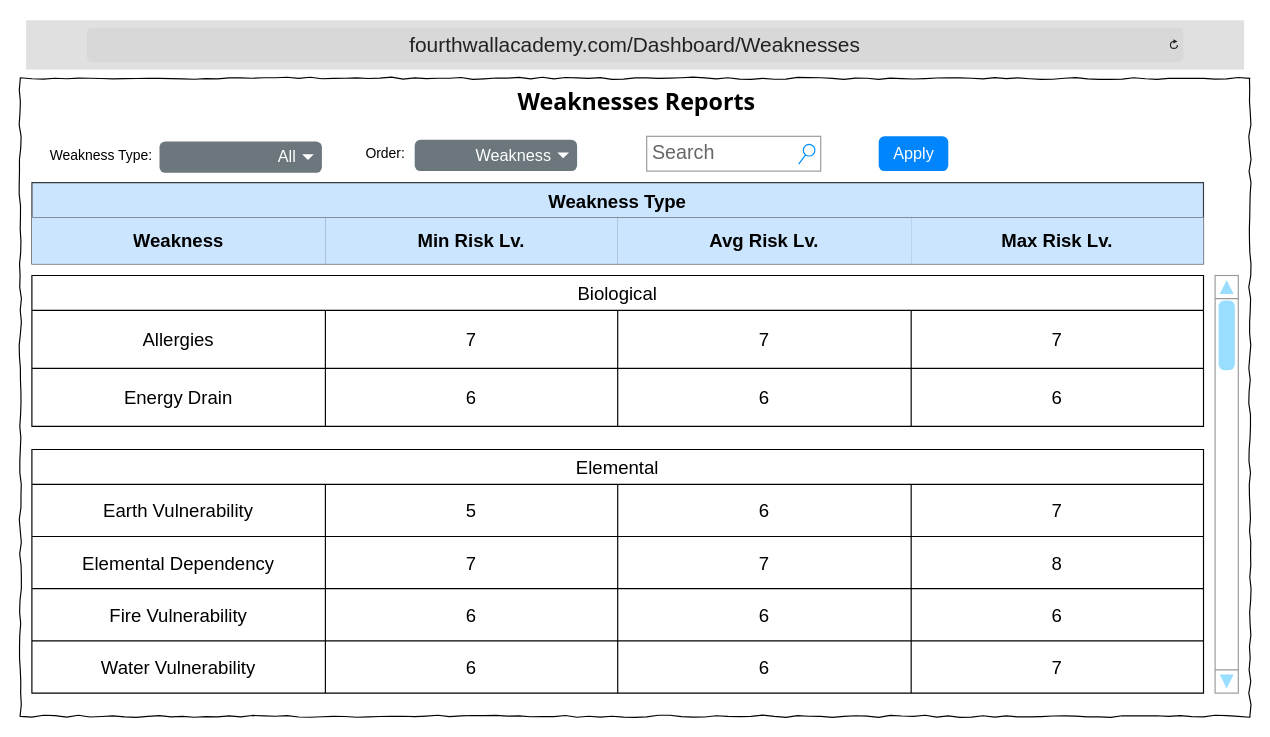
The draw.io diagram DesignDocument/Wireframes/4thWallAcademy_Dashboard_Weaknesses.drawio in TRed91/4thWallAcademy, before the edit. Source tidied: cells renumbered, new cells numbered last; positions are measured from the earlier drawing's top-left corner, leaving out a move shared by most shapes. Both pictures are drawn from the tidied source at 116%, with x=0, y=0 at pixel (20, 20).
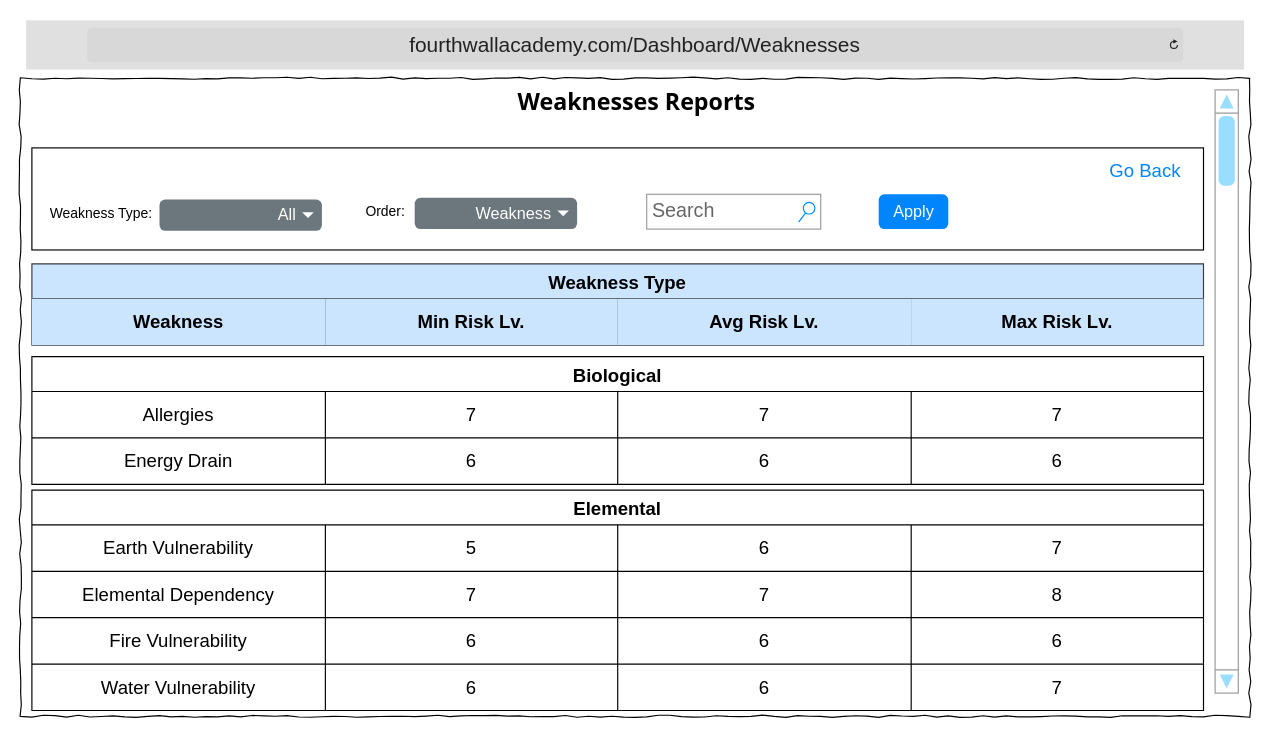
After the change.

Diff of the diagram source:
```diff
@@
+    <mxCell id="52" style="rounded=0;whiteSpace=wrap;html=1;fillColor=none;" parent="1" vertex="1">
+      <mxGeometry x="10" y="110" width="1010" height="88" as="geometry" />
+    </mxCell>
@@
     <mxCell id="5" value="Apply" style="html=1;shadow=0;dashed=0;shape=mxgraph.bootstrap.rrect;rSize=5;fillColor=#0085FC;strokeColor=none;align=center;spacing=15;fontSize=14;fontColor=#ffffff;sketch=0;" parent="1" vertex="1">
-      <mxGeometry x="740" y="100" width="60" height="30" as="geometry" />
+      <mxGeometry x="740" y="150" width="60" height="30" as="geometry" />
     </mxCell>
     <mxCell id="6" value="Weakness Type:" style="text;html=1;align=center;verticalAlign=middle;whiteSpace=wrap;rounded=0;" parent="1" vertex="1">
-      <mxGeometry x="20" y="101.5" width="100" height="30" as="geometry" />
+      <mxGeometry x="20" y="151.5" width="100" height="30" as="geometry" />
     </mxCell>
     <mxCell id="7" value="All" style="html=1;shadow=0;dashed=0;shape=mxgraph.bootstrap.rrect;rSize=5;strokeColor=none;strokeWidth=1;fillColor=#6C767D;fontColor=#ffffff;whiteSpace=wrap;align=right;verticalAlign=middle;fontStyle=0;fontSize=14;spacingRight=20;" parent="1" vertex="1">
-      <mxGeometry x="120" y="104.5" width="140" height="27" as="geometry" />
+      <mxGeometry x="120" y="154.5" width="140" height="27" as="geometry" />
     </mxCell>
@@
     <mxCell id="9" style="verticalLabelPosition=bottom;shadow=0;dashed=0;align=center;html=1;verticalAlign=top;strokeWidth=1;shape=mxgraph.mockup.navigation.scrollBar;strokeColor=#999999;barPos=99.394;fillColor2=#99ddff;strokeColor2=none;direction=north;" parent="1" vertex="1">
-      <mxGeometry x="1030" y="220" width="20" height="360" as="geometry" />
+      <mxGeometry x="1030" y="60" width="20" height="520" as="geometry" />
     </mxCell>
-    <mxCell id="10" value="Biological" style="shape=table;startSize=30;childLayout=tableLayout;strokeColor=default;fontSize=16;" parent="1" vertex="1">
-      <mxGeometry x="10" y="220" width="1010" height="130" as="geometry" />
+    <mxCell id="10" value="Biological" style="shape=table;startSize=30;childLayout=tableLayout;strokeColor=default;fontSize=16;fontStyle=1;" parent="1" vertex="1">
+      <mxGeometry x="10" y="290" width="1010" height="110" as="geometry" />
     </mxCell>
     <mxCell id="11" style="shape=tableRow;horizontal=0;startSize=0;swimlaneHead=0;swimlaneBody=0;strokeColor=inherit;top=0;left=0;bottom=0;right=0;fillColor=none;fontSize=16;" parent="10" vertex="1">
-      <mxGeometry y="30" width="1010" height="50" as="geometry" />
+      <mxGeometry y="30" width="1010" height="40" as="geometry" />
     </mxCell>
     <mxCell id="12" value="Allergies" style="shape=partialRectangle;html=1;whiteSpace=wrap;strokeColor=inherit;overflow=hidden;fillColor=none;top=0;left=0;bottom=0;right=0;fontSize=16;" parent="11" vertex="1">
-      <mxGeometry width="253" height="50" as="geometry" />
+      <mxGeometry width="253" height="40" as="geometry" />
     </mxCell>
     <mxCell id="13" value="7" style="shape=partialRectangle;html=1;whiteSpace=wrap;strokeColor=inherit;overflow=hidden;fillColor=none;top=0;left=0;bottom=0;right=0;fontSize=16;" parent="11" vertex="1">
-      <mxGeometry x="253" width="252" height="50" as="geometry" />
+      <mxGeometry x="253" width="252" height="40" as="geometry" />
     </mxCell>
     <mxCell id="14" value="7" style="shape=partialRectangle;html=1;whiteSpace=wrap;strokeColor=inherit;overflow=hidden;fillColor=none;top=0;left=0;bottom=0;right=0;fontSize=16;" parent="11" vertex="1">
-      <mxGeometry x="505" width="253" height="50" as="geometry" />
+      <mxGeometry x="505" width="253" height="40" as="geometry" />
     </mxCell>
     <mxCell id="15" value="7" style="shape=partialRectangle;html=1;whiteSpace=wrap;strokeColor=inherit;overflow=hidden;fillColor=none;top=0;left=0;bottom=0;right=0;fontSize=16;" parent="11" vertex="1">
-      <mxGeometry x="758" width="252" height="50" as="geometry" />
+      <mxGeometry x="758" width="252" height="40" as="geometry" />
     </mxCell>
     <mxCell id="16" style="shape=tableRow;horizontal=0;startSize=0;swimlaneHead=0;swimlaneBody=0;strokeColor=inherit;top=0;left=0;bottom=0;right=0;fillColor=none;fontSize=16;" parent="10" vertex="1">
-      <mxGeometry y="80" width="1010" height="50" as="geometry" />
+      <mxGeometry y="70" width="1010" height="40" as="geometry" />
     </mxCell>
     <mxCell id="17" value="Energy Drain" style="shape=partialRectangle;html=1;whiteSpace=wrap;strokeColor=inherit;overflow=hidden;fillColor=none;top=0;left=0;bottom=0;right=0;fontSize=16;" parent="16" vertex="1">
-      <mxGeometry width="253" height="50" as="geometry" />
+      <mxGeometry width="253" height="40" as="geometry" />
     </mxCell>
     <mxCell id="18" value="6" style="shape=partialRectangle;html=1;whiteSpace=wrap;strokeColor=inherit;overflow=hidden;fillColor=none;top=0;left=0;bottom=0;right=0;fontSize=16;" parent="16" vertex="1">
-      <mxGeometry x="253" width="252" height="50" as="geometry" />
+      <mxGeometry x="253" width="252" height="40" as="geometry" />
     </mxCell>
     <mxCell id="19" value="6" style="shape=partialRectangle;html=1;whiteSpace=wrap;strokeColor=inherit;overflow=hidden;fillColor=none;top=0;left=0;bottom=0;right=0;fontSize=16;" parent="16" vertex="1">
-      <mxGeometry x="505" width="253" height="50" as="geometry" />
+      <mxGeometry x="505" width="253" height="40" as="geometry" />
     </mxCell>
     <mxCell id="20" value="6" style="shape=partialRectangle;html=1;whiteSpace=wrap;strokeColor=inherit;overflow=hidden;fillColor=none;top=0;left=0;bottom=0;right=0;fontSize=16;" parent="16" vertex="1">
-      <mxGeometry x="758" width="252" height="50" as="geometry" />
+      <mxGeometry x="758" width="252" height="40" as="geometry" />
     </mxCell>
     <mxCell id="21" value="Weakness Type" style="shape=table;startSize=30;childLayout=tableLayout;strokeColor=#36393d;fontSize=16;fontStyle=1;fillColor=#cce5ff;" parent="1" vertex="1">
-      <mxGeometry x="10" y="140" width="1010" height="70" as="geometry" />
+      <mxGeometry x="10" y="210" width="1010" height="70" as="geometry" />
     </mxCell>
@@
-    <mxCell id="27" value="Elemental" style="shape=table;startSize=30;childLayout=tableLayout;strokeColor=default;fontSize=16;" parent="1" vertex="1">
-      <mxGeometry x="10" y="370" width="1010" height="210" as="geometry" />
+    <mxCell id="27" value="Elemental" style="shape=table;startSize=30;childLayout=tableLayout;strokeColor=default;fontSize=16;fontStyle=1;" parent="1" vertex="1">
+      <mxGeometry x="10" y="405" width="1010" height="190" as="geometry" />
     </mxCell>
     <mxCell id="28" style="shape=tableRow;horizontal=0;startSize=0;swimlaneHead=0;swimlaneBody=0;strokeColor=inherit;top=0;left=0;bottom=0;right=0;fillColor=none;fontSize=16;" parent="27" vertex="1">
-      <mxGeometry y="30" width="1010" height="45" as="geometry" />
+      <mxGeometry y="30" width="1010" height="40" as="geometry" />
     </mxCell>
     <mxCell id="29" value="Earth Vulnerability" style="shape=partialRectangle;html=1;whiteSpace=wrap;strokeColor=inherit;overflow=hidden;fillColor=none;top=0;left=0;bottom=0;right=0;fontSize=16;" parent="28" vertex="1">
-      <mxGeometry width="253" height="45" as="geometry" />
+      <mxGeometry width="253" height="40" as="geometry" />
     </mxCell>
     <mxCell id="30" value="5" style="shape=partialRectangle;html=1;whiteSpace=wrap;strokeColor=inherit;overflow=hidden;fillColor=none;top=0;left=0;bottom=0;right=0;fontSize=16;" parent="28" vertex="1">
-      <mxGeometry x="253" width="252" height="45" as="geometry" />
+      <mxGeometry x="253" width="252" height="40" as="geometry" />
     </mxCell>
     <mxCell id="31" value="6" style="shape=partialRectangle;html=1;whiteSpace=wrap;strokeColor=inherit;overflow=hidden;fillColor=none;top=0;left=0;bottom=0;right=0;fontSize=16;" parent="28" vertex="1">
-      <mxGeometry x="505" width="253" height="45" as="geometry" />
+      <mxGeometry x="505" width="253" height="40" as="geometry" />
     </mxCell>
     <mxCell id="32" value="7" style="shape=partialRectangle;html=1;whiteSpace=wrap;strokeColor=inherit;overflow=hidden;fillColor=none;top=0;left=0;bottom=0;right=0;fontSize=16;" parent="28" vertex="1">
-      <mxGeometry x="758" width="252" height="45" as="geometry" />
+      <mxGeometry x="758" width="252" height="40" as="geometry" />
     </mxCell>
     <mxCell id="33" style="shape=tableRow;horizontal=0;startSize=0;swimlaneHead=0;swimlaneBody=0;strokeColor=inherit;top=0;left=0;bottom=0;right=0;fillColor=none;fontSize=16;" parent="27" vertex="1">
-      <mxGeometry y="75" width="1010" height="45" as="geometry" />
+      <mxGeometry y="70" width="1010" height="40" as="geometry" />
     </mxCell>
     <mxCell id="34" value="Elemental Dependency" style="shape=partialRectangle;html=1;whiteSpace=wrap;strokeColor=inherit;overflow=hidden;fillColor=none;top=0;left=0;bottom=0;right=0;fontSize=16;" parent="33" vertex="1">
-      <mxGeometry width="253" height="45" as="geometry" />
+      <mxGeometry width="253" height="40" as="geometry" />
     </mxCell>
     <mxCell id="35" value="7" style="shape=partialRectangle;html=1;whiteSpace=wrap;strokeColor=inherit;overflow=hidden;fillColor=none;top=0;left=0;bottom=0;right=0;fontSize=16;" parent="33" vertex="1">
-      <mxGeometry x="253" width="252" height="45" as="geometry" />
+      <mxGeometry x="253" width="252" height="40" as="geometry" />
     </mxCell>
     <mxCell id="36" value="7" style="shape=partialRectangle;html=1;whiteSpace=wrap;strokeColor=inherit;overflow=hidden;fillColor=none;top=0;left=0;bottom=0;right=0;fontSize=16;" parent="33" vertex="1">
-      <mxGeometry x="505" width="253" height="45" as="geometry" />
+      <mxGeometry x="505" width="253" height="40" as="geometry" />
     </mxCell>
     <mxCell id="37" value="8" style="shape=partialRectangle;html=1;whiteSpace=wrap;strokeColor=inherit;overflow=hidden;fillColor=none;top=0;left=0;bottom=0;right=0;fontSize=16;" parent="33" vertex="1">
-      <mxGeometry x="758" width="252" height="45" as="geometry" />
+      <mxGeometry x="758" width="252" height="40" as="geometry" />
     </mxCell>
     <mxCell id="38" style="shape=tableRow;horizontal=0;startSize=0;swimlaneHead=0;swimlaneBody=0;strokeColor=inherit;top=0;left=0;bottom=0;right=0;fillColor=none;fontSize=16;" parent="27" vertex="1">
-      <mxGeometry y="120" width="1010" height="45" as="geometry" />
+      <mxGeometry y="110" width="1010" height="40" as="geometry" />
     </mxCell>
     <mxCell id="39" value="Fire Vulnerability" style="shape=partialRectangle;html=1;whiteSpace=wrap;strokeColor=inherit;overflow=hidden;fillColor=none;top=0;left=0;bottom=0;right=0;fontSize=16;" parent="38" vertex="1">
-      <mxGeometry width="253" height="45" as="geometry" />
+      <mxGeometry width="253" height="40" as="geometry" />
     </mxCell>
     <mxCell id="40" value="6" style="shape=partialRectangle;html=1;whiteSpace=wrap;strokeColor=inherit;overflow=hidden;fillColor=none;top=0;left=0;bottom=0;right=0;fontSize=16;" parent="38" vertex="1">
-      <mxGeometry x="253" width="252" height="45" as="geometry" />
+      <mxGeometry x="253" width="252" height="40" as="geometry" />
     </mxCell>
     <mxCell id="41" value="6" style="shape=partialRectangle;html=1;whiteSpace=wrap;strokeColor=inherit;overflow=hidden;fillColor=none;top=0;left=0;bottom=0;right=0;fontSize=16;" parent="38" vertex="1">
-      <mxGeometry x="505" width="253" height="45" as="geometry" />
+      <mxGeometry x="505" width="253" height="40" as="geometry" />
     </mxCell>
     <mxCell id="42" value="6" style="shape=partialRectangle;html=1;whiteSpace=wrap;strokeColor=inherit;overflow=hidden;fillColor=none;top=0;left=0;bottom=0;right=0;fontSize=16;" parent="38" vertex="1">
-      <mxGeometry x="758" width="252" height="45" as="geometry" />
+      <mxGeometry x="758" width="252" height="40" as="geometry" />
     </mxCell>
     <mxCell id="43" style="shape=tableRow;horizontal=0;startSize=0;swimlaneHead=0;swimlaneBody=0;strokeColor=inherit;top=0;left=0;bottom=0;right=0;fillColor=none;fontSize=16;" parent="27" vertex="1">
-      <mxGeometry y="165" width="1010" height="45" as="geometry" />
+      <mxGeometry y="150" width="1010" height="40" as="geometry" />
     </mxCell>
     <mxCell id="44" value="Water Vulnerability" style="shape=partialRectangle;html=1;whiteSpace=wrap;strokeColor=inherit;overflow=hidden;fillColor=none;top=0;left=0;bottom=0;right=0;fontSize=16;" parent="43" vertex="1">
-      <mxGeometry width="253" height="45" as="geometry" />
+      <mxGeometry width="253" height="40" as="geometry" />
     </mxCell>
     <mxCell id="45" value="6" style="shape=partialRectangle;html=1;whiteSpace=wrap;strokeColor=inherit;overflow=hidden;fillColor=none;top=0;left=0;bottom=0;right=0;fontSize=16;" parent="43" vertex="1">
-      <mxGeometry x="253" width="252" height="45" as="geometry" />
+      <mxGeometry x="253" width="252" height="40" as="geometry" />
     </mxCell>
     <mxCell id="46" value="6" style="shape=partialRectangle;html=1;whiteSpace=wrap;strokeColor=inherit;overflow=hidden;fillColor=none;top=0;left=0;bottom=0;right=0;fontSize=16;" parent="43" vertex="1">
-      <mxGeometry x="505" width="253" height="45" as="geometry" />
+      <mxGeometry x="505" width="253" height="40" as="geometry" />
     </mxCell>
     <mxCell id="47" value="7" style="shape=partialRectangle;html=1;whiteSpace=wrap;strokeColor=inherit;overflow=hidden;fillColor=none;top=0;left=0;bottom=0;right=0;fontSize=16;" parent="43" vertex="1">
-      <mxGeometry x="758" width="252" height="45" as="geometry" />
+      <mxGeometry x="758" width="252" height="40" as="geometry" />
     </mxCell>
     <mxCell id="48" value="Order:" style="text;html=1;align=center;verticalAlign=middle;whiteSpace=wrap;rounded=0;" parent="1" vertex="1">
-      <mxGeometry x="290" y="100" width="50" height="30" as="geometry" />
+      <mxGeometry x="290" y="150" width="50" height="30" as="geometry" />
     </mxCell>
     <mxCell id="49" value="Weakness" style="html=1;shadow=0;dashed=0;shape=mxgraph.bootstrap.rrect;rSize=5;strokeColor=none;strokeWidth=1;fillColor=#6C767D;fontColor=#ffffff;whiteSpace=wrap;align=right;verticalAlign=middle;fontStyle=0;fontSize=14;spacingRight=20;" parent="1" vertex="1">
-      <mxGeometry x="340" y="103" width="140" height="27" as="geometry" />
+      <mxGeometry x="340" y="153" width="140" height="27" as="geometry" />
     </mxCell>
@@
     <mxCell id="51" value="Search" style="strokeWidth=1;shadow=0;dashed=0;align=center;html=1;shape=mxgraph.mockup.forms.searchBox;strokeColor=#999999;mainText=;strokeColor2=#008cff;fontColor=#666666;fontSize=17;align=left;spacingLeft=3;whiteSpace=wrap;" parent="1" vertex="1">
-      <mxGeometry x="540" y="100" width="150" height="30" as="geometry" />
+      <mxGeometry x="540" y="150" width="150" height="30" as="geometry" />
     </mxCell>
+    <mxCell id="53" value="Go Back" style="html=1;shadow=0;dashed=0;shape=mxgraph.bootstrap.rrect;rSize=5;strokeColor=none;strokeWidth=1;fillColor=none;fontColor=#0085FC;whiteSpace=wrap;align=center;verticalAlign=middle;spacingLeft=0;fontStyle=0;fontSize=16;spacing=5;" parent="1" vertex="1">
+      <mxGeometry x="930" y="110" width="80" height="40" as="geometry" />
+    </mxCell>
```
